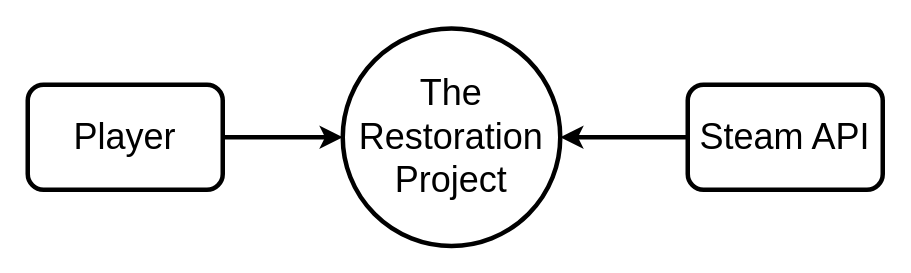
This is Pictures/dataflow/Untitled Diagram.drawio from FM-Man/SPL_2, a draw.io file, before an edit. Source tidied: cells renumbered, new cells numbered last; positions are measured from the earlier drawing's top-left corner, leaving out a move shared by most shapes. Both pictures are drawn from the tidied source at 150%, with x=0, y=0 at pixel (27, 27).
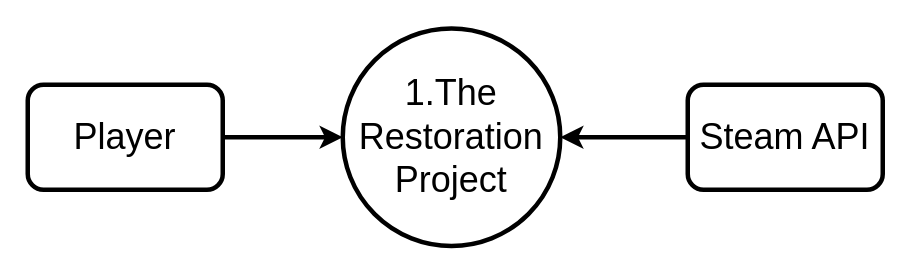
Above is the later version.

Commit message:
level 0 dfd

Change to the diagram source:
```diff
@@
 <mxGraphModel>
   <root>
     <mxCell id="0" />
     <mxCell id="1" parent="0" />
     <mxCell id="2" style="edgeStyle=orthogonalEdgeStyle;rounded=0;jettySize=auto;html=1;entryX=0;entryY=0.5;entryDx=0;entryDy=0;fontSize=24;strokeWidth=3;" parent="1" edge="1" source="3" target="4">
       <mxGeometry relative="1" as="geometry" />
     </mxCell>
     <mxCell id="3" value="&lt;font style=&quot;font-size: 24px&quot;&gt;Player&lt;/font&gt;" style="rounded=1;whiteSpace=wrap;html=1;strokeWidth=3;" parent="1" vertex="1">
       <mxGeometry y="38" width="130" height="70" as="geometry" />
     </mxCell>
-    <mxCell id="4" value="The Restoration Project" style="ellipse;whiteSpace=wrap;html=1;fontSize=24;strokeWidth=3;" parent="1" vertex="1">
+    <mxCell id="4" value="1.The Restoration Project" style="ellipse;whiteSpace=wrap;html=1;fontSize=24;strokeWidth=3;" parent="1" vertex="1">
       <mxGeometry x="210" y="0.5" width="145" height="145" as="geometry" />
     </mxCell>
     <mxCell id="5" style="edgeStyle=orthogonalEdgeStyle;rounded=0;jettySize=auto;html=1;fontSize=24;strokeWidth=3;entryX=1;entryY=0.5;entryDx=0;entryDy=0;" parent="1" edge="1" source="6" target="4">
       <mxGeometry relative="1" as="geometry" />
     </mxCell>
     <mxCell id="6" value="&lt;font style=&quot;font-size: 24px&quot;&gt;Steam API&lt;/font&gt;" style="rounded=1;whiteSpace=wrap;html=1;strokeWidth=3;" parent="1" vertex="1">
       <mxGeometry x="440" y="38" width="130" height="70" as="geometry" />
     </mxCell>
   </root>
 </mxGraphModel>
```
